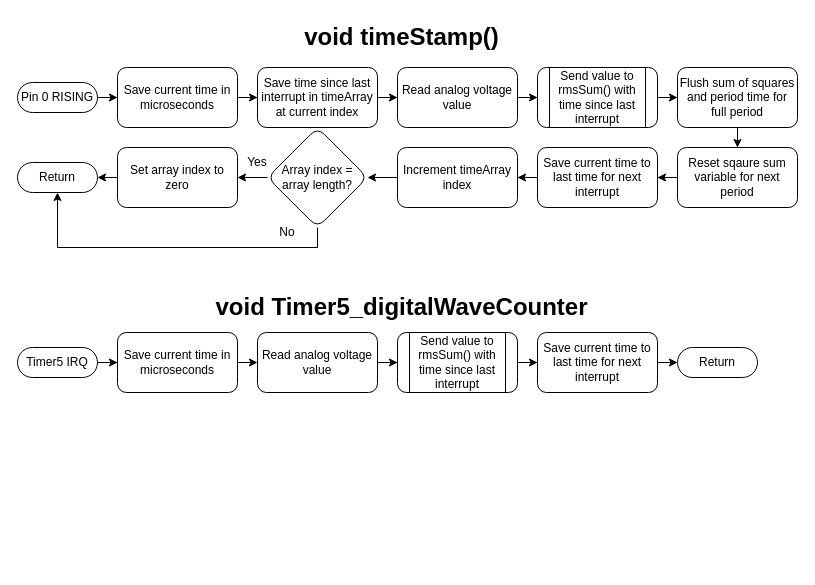
This is page "Page-1" (1 of 2) of Project/charts/timeStamp.drawio from MortenHay/EnergyManagement, a draw.io file, before an edit. Source tidied: cells renumbered, new cells numbered last; positions are measured from the earlier drawing's top-left corner, leaving out a move shared by most shapes. Both pictures are drawn from the tidied source at 100%, with x=0, y=0 at pixel (17, 17).
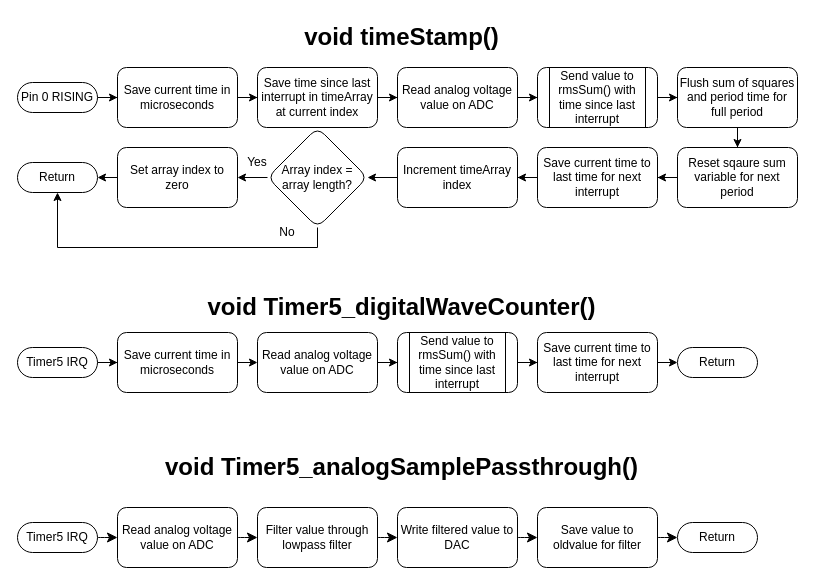
The same diagram, later.

Commit message:
t5asp made

Change to the diagram source:
```diff
@@
-    <mxCell id="9" value="Read analog voltage value" style="whiteSpace=wrap;html=1;rounded=1;dashed=0;" parent="1" vertex="1">
+    <mxCell id="9" value="Read analog voltage value on ADC" style="whiteSpace=wrap;html=1;rounded=1;dashed=0;" parent="1" vertex="1">
       <mxGeometry x="380" y="50" width="120" height="60" as="geometry" />
     </mxCell>
@@
-    <mxCell id="34" value="Read analog voltage value" style="whiteSpace=wrap;html=1;rounded=1;dashed=0;" parent="1" vertex="1">
+    <mxCell id="34" value="Read analog voltage value on ADC" style="whiteSpace=wrap;html=1;rounded=1;dashed=0;" parent="1" vertex="1">
       <mxGeometry x="240" y="315" width="120" height="60" as="geometry" />
     </mxCell>
@@
-    <mxCell id="40" value="void Timer5_digitalWaveCounter" style="text;strokeColor=none;fillColor=none;html=1;fontSize=24;fontStyle=1;verticalAlign=middle;align=center;" parent="1" vertex="1">
+    <mxCell id="40" value="void Timer5_digitalWaveCounter()" style="text;strokeColor=none;fillColor=none;html=1;fontSize=24;fontStyle=1;verticalAlign=middle;align=center;" parent="1" vertex="1">
       <mxGeometry x="334" y="270" width="100" height="40" as="geometry" />
     </mxCell>
+    <mxCell id="41" value="void Timer5_analogSamplePassthrough()" style="text;strokeColor=none;fillColor=none;html=1;fontSize=24;fontStyle=1;verticalAlign=middle;align=center;" parent="1" vertex="1">
+      <mxGeometry x="334" y="430" width="100" height="40" as="geometry" />
+    </mxCell>
+    <mxCell id="42" style="edgeStyle=none;curved=1;rounded=0;jettySize=auto;html=1;exitX=1;exitY=0.5;exitDx=0;exitDy=0;exitPerimeter=0;entryX=0;entryY=0.5;entryDx=0;entryDy=0;fontSize=12;startSize=8;endSize=8;" parent="1" edge="1" source="43" target="45">
+      <mxGeometry relative="1" as="geometry" />
+    </mxCell>
+    <mxCell id="43" value="Timer5 IRQ" style="html=1;dashed=0;whiteSpace=wrap;shape=mxgraph.dfd.start;" parent="1" vertex="1">
+      <mxGeometry y="505" width="80" height="30" as="geometry" />
+    </mxCell>
+    <mxCell id="44" style="edgeStyle=none;curved=1;rounded=0;jettySize=auto;html=1;fontSize=12;startSize=8;endSize=8;" parent="1" edge="1" source="45" target="47">
+      <mxGeometry relative="1" as="geometry" />
+    </mxCell>
+    <mxCell id="45" value="Read analog voltage value on ADC" style="rounded=1;whiteSpace=wrap;html=1;dashed=0;" parent="1" vertex="1">
+      <mxGeometry x="100" y="490" width="120" height="60" as="geometry" />
+    </mxCell>
+    <mxCell id="46" style="edgeStyle=none;curved=1;rounded=0;jettySize=auto;html=1;fontSize=12;startSize=8;endSize=8;" parent="1" edge="1" source="47" target="49">
+      <mxGeometry relative="1" as="geometry" />
+    </mxCell>
+    <mxCell id="47" value="Filter value through lowpass filter" style="whiteSpace=wrap;html=1;rounded=1;dashed=0;" parent="1" vertex="1">
+      <mxGeometry x="240" y="490" width="120" height="60" as="geometry" />
+    </mxCell>
+    <mxCell id="48" style="edgeStyle=none;curved=1;rounded=0;jettySize=auto;html=1;fontSize=12;startSize=8;endSize=8;" parent="1" edge="1" source="49" target="50">
+      <mxGeometry relative="1" as="geometry" />
+    </mxCell>
+    <mxCell id="49" value="Write filtered value to DAC" style="whiteSpace=wrap;html=1;rounded=1;dashed=0;" parent="1" vertex="1">
+      <mxGeometry x="380" y="490" width="120" height="60" as="geometry" />
+    </mxCell>
+    <mxCell id="50" value="Save value to oldvalue for filter" style="whiteSpace=wrap;html=1;rounded=1;dashed=0;" parent="1" vertex="1">
+      <mxGeometry x="520" y="490" width="120" height="60" as="geometry" />
+    </mxCell>
+    <mxCell id="51" value="Return" style="html=1;dashed=0;whiteSpace=wrap;shape=mxgraph.dfd.start;" parent="1" vertex="1">
+      <mxGeometry x="660" y="505" width="80" height="30" as="geometry" />
+    </mxCell>
+    <mxCell id="52" style="edgeStyle=none;curved=1;rounded=0;jettySize=auto;html=1;exitX=1;exitY=0.5;exitDx=0;exitDy=0;entryX=0;entryY=0.5;entryDx=0;entryDy=0;entryPerimeter=0;fontSize=12;startSize=8;endSize=8;" parent="1" edge="1" source="50" target="51">
+      <mxGeometry relative="1" as="geometry" />
+    </mxCell>
```
